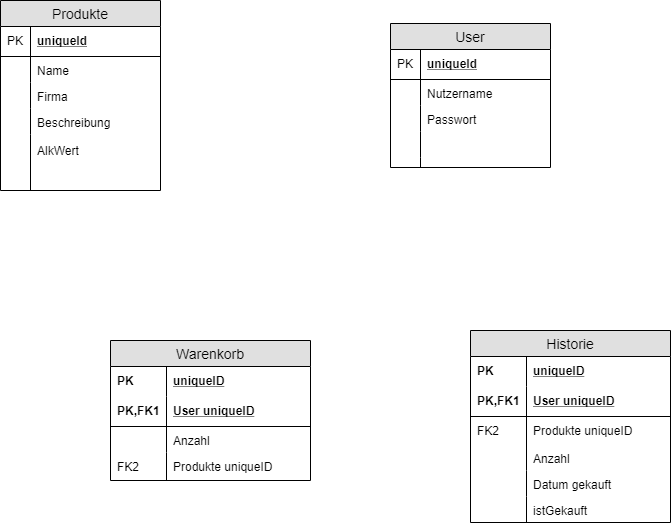
The draw.io diagram Planung/Datenbank.png in Lubims/partyplaner.lubims, before a commit. Source tidied: cells renumbered, new cells last; positions are measured from the earlier drawing's top-left corner, leaving out a move shared by most shapes.
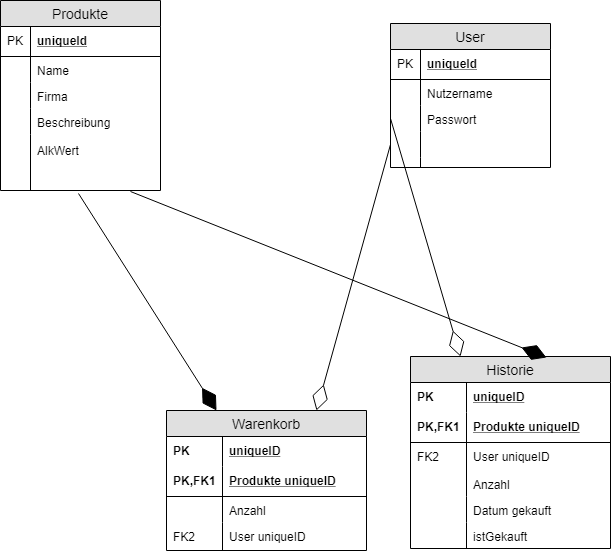
After the commit.

Change to the diagram source:
```diff
@@ -69,7 +69,7 @@
       <mxGeometry width="30" height="10" as="geometry" />
     </mxCell>
     <mxCell id="24" value="Warenkorb" style="swimlane;fontStyle=0;horizontal=1;startSize=26;fillColor=#e0e0e0;swimlaneFillColor=#ffffff;align=center;fontSize=14;" parent="1" vertex="1">
-      <mxGeometry x="110" y="340" width="200" height="140" as="geometry" />
+      <mxGeometry x="166" y="410" width="200" height="140" as="geometry" />
     </mxCell>
     <mxCell id="25" value="uniqueID" style="shape=partialRectangle;top=0;left=0;right=0;bottom=0;align=left;verticalAlign=middle;fillColor=none;spacingLeft=60;spacingRight=4;overflow=hidden;fontStyle=5;fontSize=12;" parent="24" vertex="1">
       <mxGeometry y="26" width="200" height="30" as="geometry" />
@@ -77,7 +77,7 @@
     <mxCell id="26" value="PK" style="shape=partialRectangle;fontStyle=1;top=0;left=0;bottom=0;fillColor=none;align=left;verticalAlign=middle;spacingLeft=4;spacingRight=4;overflow=hidden;fontSize=12;" parent="25" vertex="1">
       <mxGeometry width="56" height="30" as="geometry" />
     </mxCell>
-    <mxCell id="27" value="User uniqueID" style="shape=partialRectangle;top=0;left=0;right=0;bottom=1;align=left;verticalAlign=middle;fillColor=none;spacingLeft=60;spacingRight=4;overflow=hidden;fontStyle=5;fontSize=12;" parent="24" vertex="1">
+    <mxCell id="27" value="Produkte uniqueID" style="shape=partialRectangle;top=0;left=0;right=0;bottom=1;align=left;verticalAlign=middle;fillColor=none;spacingLeft=60;spacingRight=4;overflow=hidden;fontStyle=5;fontSize=12;" parent="24" vertex="1">
       <mxGeometry y="56" width="200" height="30" as="geometry" />
     </mxCell>
     <mxCell id="28" value="PK,FK1" style="shape=partialRectangle;fontStyle=1;top=0;left=0;bottom=0;fillColor=none;align=left;verticalAlign=middle;spacingLeft=4;spacingRight=4;overflow=hidden;fontSize=12;" parent="27" vertex="1">
@@ -89,7 +89,7 @@
     <mxCell id="30" style="shape=partialRectangle;top=0;left=0;bottom=0;fillColor=none;align=left;verticalAlign=top;spacingLeft=4;spacingRight=4;overflow=hidden;fontSize=12;" parent="29" vertex="1">
       <mxGeometry width="56" height="26" as="geometry" />
     </mxCell>
-    <mxCell id="31" value="Produkte uniqueID" style="shape=partialRectangle;top=0;left=0;right=0;bottom=0;align=left;verticalAlign=top;fillColor=none;spacingLeft=60;spacingRight=4;overflow=hidden;fontSize=12;" parent="24" vertex="1">
+    <mxCell id="31" value="User uniqueID" style="shape=partialRectangle;top=0;left=0;right=0;bottom=0;align=left;verticalAlign=top;fillColor=none;spacingLeft=60;spacingRight=4;overflow=hidden;fontSize=12;" parent="24" vertex="1">
       <mxGeometry y="112" width="200" height="28" as="geometry" />
     </mxCell>
     <mxCell id="32" value="FK2" style="shape=partialRectangle;top=0;left=0;bottom=0;fillColor=none;align=left;verticalAlign=top;spacingLeft=4;spacingRight=4;overflow=hidden;fontSize=12;" parent="31" vertex="1">
@@ -102,7 +102,7 @@
       <mxGeometry width="30" height="26" as="geometry" />
     </mxCell>
     <mxCell id="35" value="Historie" style="swimlane;fontStyle=0;horizontal=1;startSize=26;fillColor=#e0e0e0;swimlaneFillColor=#ffffff;align=center;fontSize=14;" parent="1" vertex="1">
-      <mxGeometry x="470" y="330" width="200" height="192" as="geometry" />
+      <mxGeometry x="410" y="356" width="200" height="192" as="geometry" />
     </mxCell>
     <mxCell id="36" value="uniqueID" style="shape=partialRectangle;top=0;left=0;right=0;bottom=0;align=left;verticalAlign=middle;fillColor=none;spacingLeft=60;spacingRight=4;overflow=hidden;fontStyle=5;fontSize=12;" parent="35" vertex="1">
       <mxGeometry y="26" width="200" height="30" as="geometry" />
@@ -110,13 +110,13 @@
     <mxCell id="37" value="PK" style="shape=partialRectangle;fontStyle=1;top=0;left=0;bottom=0;fillColor=none;align=left;verticalAlign=middle;spacingLeft=4;spacingRight=4;overflow=hidden;fontSize=12;" parent="36" vertex="1">
       <mxGeometry width="56" height="30" as="geometry" />
     </mxCell>
-    <mxCell id="38" value="User uniqueID" style="shape=partialRectangle;top=0;left=0;right=0;bottom=1;align=left;verticalAlign=middle;fillColor=none;spacingLeft=60;spacingRight=4;overflow=hidden;fontStyle=5;fontSize=12;" parent="35" vertex="1">
+    <mxCell id="38" value="Produkte uniqueID" style="shape=partialRectangle;top=0;left=0;right=0;bottom=1;align=left;verticalAlign=middle;fillColor=none;spacingLeft=60;spacingRight=4;overflow=hidden;fontStyle=5;fontSize=12;" parent="35" vertex="1">
       <mxGeometry y="56" width="200" height="30" as="geometry" />
     </mxCell>
     <mxCell id="39" value="PK,FK1" style="shape=partialRectangle;fontStyle=1;top=0;left=0;bottom=0;fillColor=none;align=left;verticalAlign=middle;spacingLeft=4;spacingRight=4;overflow=hidden;fontSize=12;" parent="38" vertex="1">
       <mxGeometry width="56" height="30" as="geometry" />
     </mxCell>
-    <mxCell id="40" value="Produkte uniqueID&#10;&#10;Anzahl&#10;" style="shape=partialRectangle;top=0;left=0;right=0;bottom=0;align=left;verticalAlign=top;fillColor=none;spacingLeft=60;spacingRight=4;overflow=hidden;fontSize=12;" parent="35" vertex="1">
+    <mxCell id="40" value="User uniqueID&#10;&#10;Anzahl&#10;" style="shape=partialRectangle;top=0;left=0;right=0;bottom=0;align=left;verticalAlign=top;fillColor=none;spacingLeft=60;spacingRight=4;overflow=hidden;fontSize=12;" parent="35" vertex="1">
       <mxGeometry y="86" width="200" height="54" as="geometry" />
     </mxCell>
     <mxCell id="41" value="FK2" style="shape=partialRectangle;top=0;left=0;bottom=0;fillColor=none;align=left;verticalAlign=top;spacingLeft=4;spacingRight=4;overflow=hidden;fontSize=12;" parent="40" vertex="1">
@@ -134,5 +134,17 @@
     <mxCell id="45" style="shape=partialRectangle;top=0;left=0;bottom=0;fillColor=none;align=left;verticalAlign=top;spacingLeft=4;spacingRight=4;overflow=hidden;fontSize=12;" parent="44" vertex="1">
       <mxGeometry width="56" height="26" as="geometry" />
     </mxCell>
+    <mxCell id="46" style="endArrow=diamondThin;endFill=0;endSize=24;html=1;exitX=0;exitY=0.5;exitDx=0;exitDy=0;entryX=0.25;entryY=0;entryDx=0;entryDy=0;" parent="1" edge="1" source="18" target="35">
+      <mxGeometry relative="1" as="geometry" />
+    </mxCell>
+    <mxCell id="47" style="endArrow=diamondThin;endFill=1;endSize=24;html=1;entryX=0.678;entryY=0.007;entryDx=0;entryDy=0;exitX=0.81;exitY=1.012;exitDx=0;exitDy=0;exitPerimeter=0;entryPerimeter=0;" parent="1" edge="1" source="11" target="35">
+      <mxGeometry relative="1" as="geometry" />
+    </mxCell>
+    <mxCell id="48" style="endArrow=diamondThin;endFill=0;endSize=24;html=1;exitX=0;exitY=0.5;exitDx=0;exitDy=0;entryX=0.75;entryY=0;entryDx=0;entryDy=0;" parent="1" edge="1" source="20" target="24">
+      <mxGeometry relative="1" as="geometry" />
+    </mxCell>
+    <mxCell id="49" style="endArrow=diamondThin;endFill=1;endSize=24;html=1;entryX=0.25;entryY=0;entryDx=0;entryDy=0;exitX=0.485;exitY=1.048;exitDx=0;exitDy=0;exitPerimeter=0;" parent="1" edge="1" source="11" target="24">
+      <mxGeometry relative="1" as="geometry" />
+    </mxCell>
   </root>
 </mxGraphModel>
```
